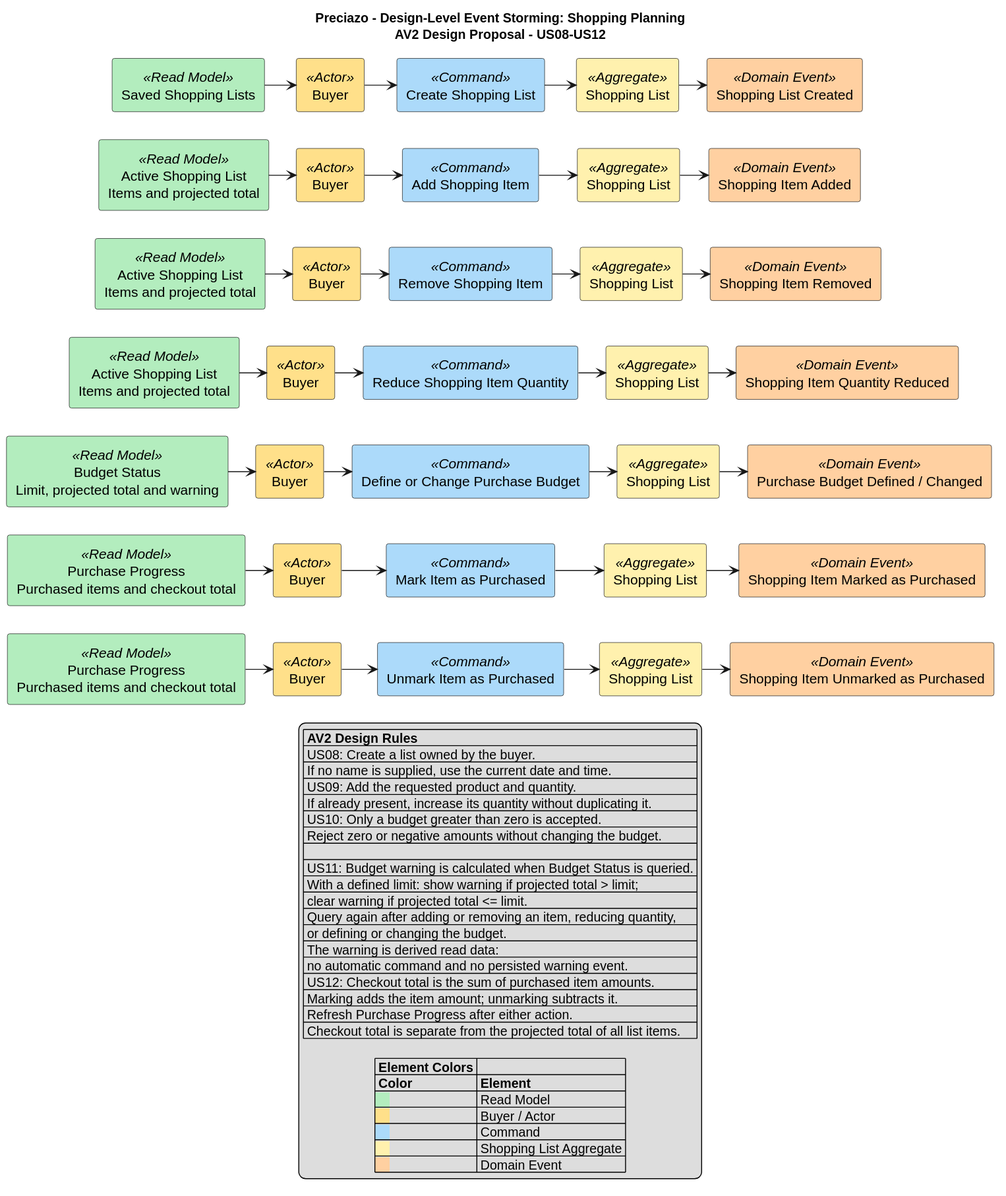
Earlier version of the PlantUML export assets/architecture/event-storming/shopping-planning.svg (Open-Source-1ASI0729-2620-7750/preciazo-report).
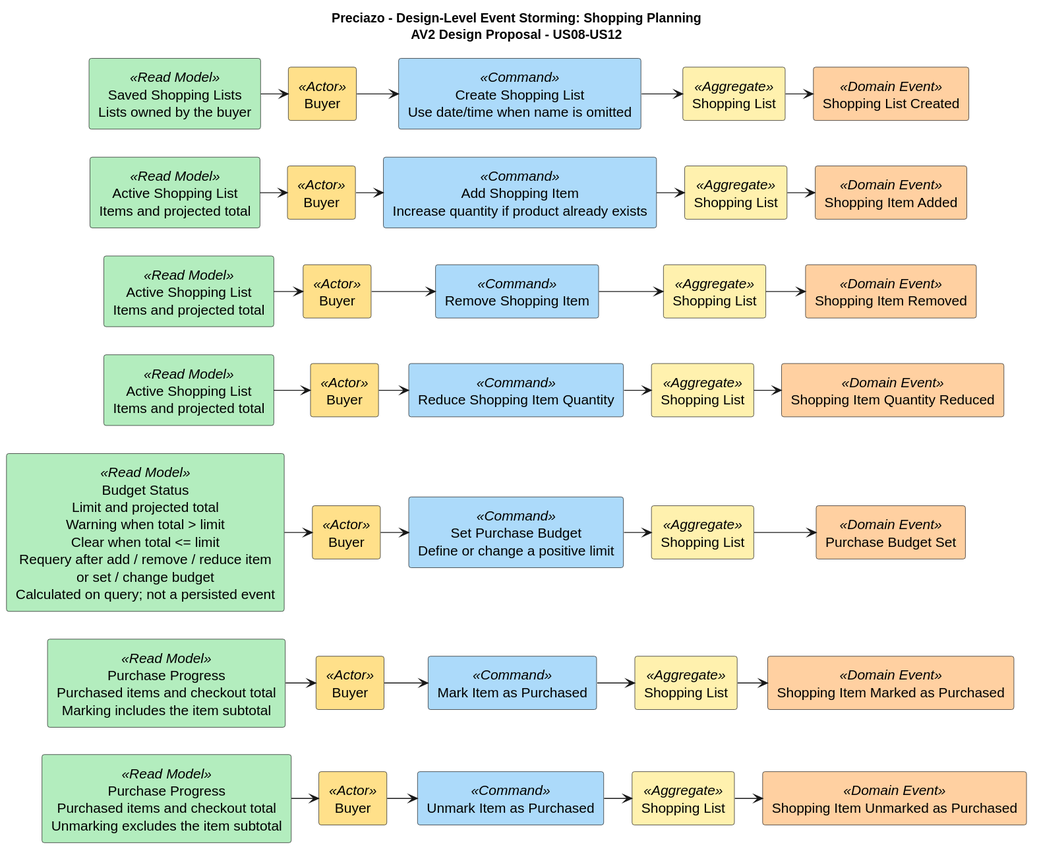
After the change.

Commit message:
docs(shopping-planning): align AV2 design with reference guides

What changed in the source:
```diff
@@ -12,9 +12,9 @@
 skinparam ranksep 30
 skinparam rectanglePadding 12
 
-rectangle "Saved Shopping Lists" as read0 <<Read Model>> #B3EDBE
+rectangle "Saved Shopping Lists\nLists owned by the buyer" as read0 <<Read Model>> #B3EDBE
 rectangle "Buyer" as buyer0 <<Actor>> #FFE08A
-rectangle "Create Shopping List" as command0 <<Command>> #ACDAFA
+rectangle "Create Shopping List\nUse date/time when name is omitted" as command0 <<Command>> #ACDAFA
 rectangle "Shopping List" as aggregate0 <<Aggregate>> #FFF1AE
 rectangle "Shopping List Created" as event0 <<Domain Event>> #FFD0A1
 read0 -right-> buyer0
@@ -24,7 +24,7 @@
 
 rectangle "Active Shopping List\nItems and projected total" as read1 <<Read Model>> #B3EDBE
 rectangle "Buyer" as buyer1 <<Actor>> #FFE08A
-rectangle "Add Shopping Item" as command1 <<Command>> #ACDAFA
+rectangle "Add Shopping Item\nIncrease quantity if product already exists" as command1 <<Command>> #ACDAFA
 rectangle "Shopping List" as aggregate1 <<Aggregate>> #FFF1AE
 rectangle "Shopping Item Added" as event1 <<Domain Event>> #FFD0A1
 read1 -right-> buyer1
@@ -52,17 +52,17 @@
 command3 -right-> aggregate3
 aggregate3 -right-> event3
 
-rectangle "Budget Status\nLimit, projected total and warning" as read4 <<Read Model>> #B3EDBE
+rectangle "Budget Status\nLimit and projected total\nWarning when total > limit\nClear when total <= limit\nRequery after add / remove / reduce item\nor set / change budget\nCalculated on query; not a persisted event" as read4 <<Read Model>> #B3EDBE
 rectangle "Buyer" as buyer4 <<Actor>> #FFE08A
-rectangle "Define or Change Purchase Budget" as command4 <<Command>> #ACDAFA
+rectangle "Set Purchase Budget\nDefine or change a positive limit" as command4 <<Command>> #ACDAFA
 rectangle "Shopping List" as aggregate4 <<Aggregate>> #FFF1AE
-rectangle "Purchase Budget Defined / Changed" as event4 <<Domain Event>> #FFD0A1
+rectangle "Purchase Budget Set" as event4 <<Domain Event>> #FFD0A1
 read4 -right-> buyer4
 buyer4 -right-> command4
 command4 -right-> aggregate4
 aggregate4 -right-> event4
 
-rectangle "Purchase Progress\nPurchased items and checkout total" as read5 <<Read Model>> #B3EDBE
+rectangle "Purchase Progress\nPurchased items and checkout total\nMarking includes the item subtotal" as read5 <<Read Model>> #B3EDBE
 rectangle "Buyer" as buyer5 <<Actor>> #FFE08A
 rectangle "Mark Item as Purchased" as command5 <<Command>> #ACDAFA
 rectangle "Shopping List" as aggregate5 <<Aggregate>> #FFF1AE
@@ -72,7 +72,7 @@
 command5 -right-> aggregate5
 aggregate5 -right-> event5
 
-rectangle "Purchase Progress\nPurchased items and checkout total" as read6 <<Read Model>> #B3EDBE
+rectangle "Purchase Progress\nPurchased items and checkout total\nUnmarking excludes the item subtotal" as read6 <<Read Model>> #B3EDBE
 rectangle "Buyer" as buyer6 <<Actor>> #FFE08A
 rectangle "Unmark Item as Purchased" as command6 <<Command>> #ACDAFA
 rectangle "Shopping List" as aggregate6 <<Aggregate>> #FFF1AE
@@ -112,34 +112,4 @@
 command5 -[hidden]down-> command6
 aggregate5 -[hidden]down-> aggregate6
 event5 -[hidden]down-> event6
-
-legend bottom
-|= AV2 Design Rules |
-| US08: Create a list owned by the buyer. |
-| If no name is supplied, use the current date and time. |
-| US09: Add the requested product and quantity. |
-| If already present, increase its quantity without duplicating it. |
-| US10: Only a budget greater than zero is accepted. |
-| Reject zero or negative amounts without changing the budget. |
-|  |
-| US11: Budget warning is calculated when Budget Status is queried. |
-| With a defined limit: show warning if projected total > limit; |
-| clear warning if projected total <= limit. |
-| Query again after adding or removing an item, reducing quantity, |
-| or defining or changing the budget. |
-| The warning is derived read data: |
-| no automatic command and no persisted warning event. |
-| US12: Checkout total is the sum of purchased item amounts. |
-| Marking adds the item amount; unmarking subtracts it. |
-| Refresh Purchase Progress after either action. |
-| Checkout total is separate from the projected total of all list items. |
-
-|= Element Colors |
-|= Color |= Element |
-|<back:#B3EDBE>    </back>| Read Model |
-|<back:#FFE08A>    </back>| Buyer / Actor |
-|<back:#ACDAFA>    </back>| Command |
-|<back:#FFF1AE>    </back>| Shopping List Aggregate |
-|<back:#FFD0A1>    </back>| Domain Event |
-endlegend
 @enduml
```
